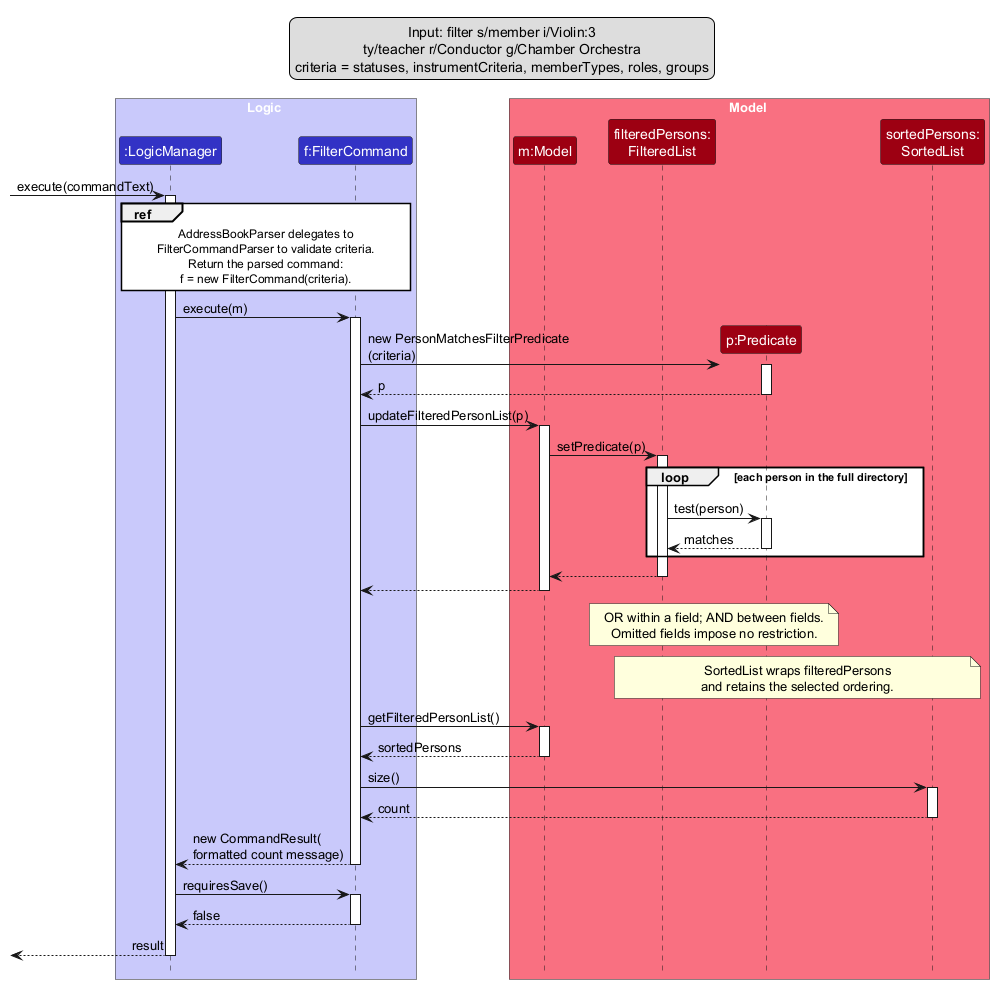
Above: docs/images/FilterSequenceDiagram.png in liownahum/tp (PlantUML), before the change. The source it was exported from:
```plantuml
@startuml
!include style.puml
skinparam ArrowFontStyle plain
skinparam sequenceMessageAlign left
skinparam sequenceReferenceBackgroundColor #FFFFFF
skinparam BoxPadding 10
<style>
participant {
    Padding 5
}
</style>

box Logic LOGIC_COLOR_T1
participant ":LogicManager" as LogicManager LOGIC_COLOR
participant "f:FilterCommand" as FilterCommand LOGIC_COLOR
end box

box Model MODEL_COLOR_T1
participant "m:Model" as Model MODEL_COLOR
participant "filteredPersons:\nFilteredList" as FilteredList MODEL_COLOR
participant "p:Predicate" as Predicate MODEL_COLOR
participant "sortedPersons:\nSortedList" as SortedList MODEL_COLOR
end box

legend top
Input: filter s/member i/Violin:3
ty/teacher r/Conductor g/Chamber Orchestra
criteria = statuses, instrumentCriteria, memberTypes, roles, groups
endlegend

[-> LogicManager : execute(commandText)
activate LogicManager
ref over LogicManager, FilterCommand
AddressBookParser delegates to
FilterCommandParser to validate criteria.
Return the parsed command:
f = new FilterCommand(criteria).
end ref

LogicManager -> FilterCommand : execute(m)
activate FilterCommand
create Predicate
FilterCommand -> Predicate : new PersonMatchesFilterPredicate\n(criteria)
activate Predicate
Predicate --> FilterCommand : p
deactivate Predicate

FilterCommand -> Model : updateFilteredPersonList(p)
activate Model
Model -> FilteredList : setPredicate(p)
activate FilteredList
loop each person in the full directory
    FilteredList -> Predicate : test(person)
    activate Predicate
    Predicate --> FilteredList : matches
    deactivate Predicate
end
FilteredList --> Model
deactivate FilteredList
Model --> FilterCommand
deactivate Model

note over FilteredList, Predicate
OR within a field; AND between fields.
Omitted fields impose no restriction.
end note
note over FilteredList, SortedList
SortedList wraps filteredPersons
and retains the selected ordering.
end note

FilterCommand -> Model : getFilteredPersonList()
activate Model
Model --> FilterCommand : sortedPersons
deactivate Model
FilterCommand -> SortedList : size()
activate SortedList
SortedList --> FilterCommand : count
deactivate SortedList
FilterCommand --> LogicManager : new CommandResult(\nformatted count message)
deactivate FilterCommand

LogicManager -> FilterCommand : requiresSave()
activate FilterCommand
FilterCommand --> LogicManager : false
deactivate FilterCommand
[<-- LogicManager : result
deactivate LogicManager
@enduml
```
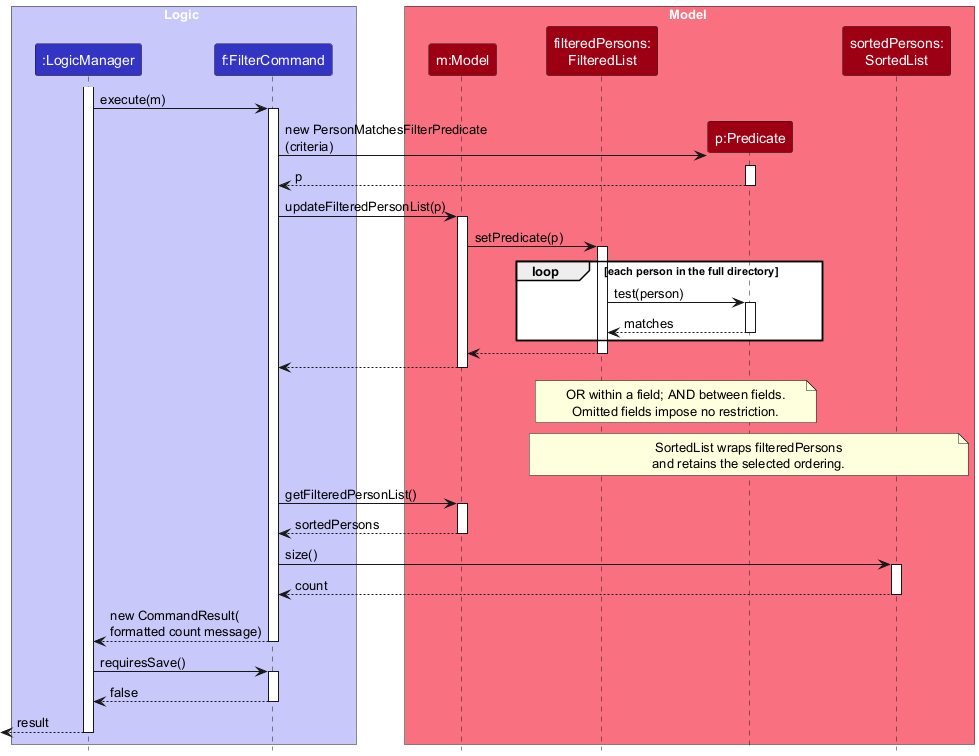
After the change.

Commit message:
Split sequence diagram for readability

Diff of the diagram source:
```diff
@@ -2,7 +2,6 @@
 !include style.puml
 skinparam ArrowFontStyle plain
 skinparam sequenceMessageAlign left
-skinparam sequenceReferenceBackgroundColor #FFFFFF
 skinparam BoxPadding 10
 <style>
 participant {
@@ -22,21 +21,7 @@
 participant "sortedPersons:\nSortedList" as SortedList MODEL_COLOR
 end box
 
-legend top
-Input: filter s/member i/Violin:3
-ty/teacher r/Conductor g/Chamber Orchestra
-criteria = statuses, instrumentCriteria, memberTypes, roles, groups
-endlegend
-
-[-> LogicManager : execute(commandText)
 activate LogicManager
-ref over LogicManager, FilterCommand
-AddressBookParser delegates to
-FilterCommandParser to validate criteria.
-Return the parsed command:
-f = new FilterCommand(criteria).
-end ref
-
 LogicManager -> FilterCommand : execute(m)
 activate FilterCommand
 create Predicate
```
